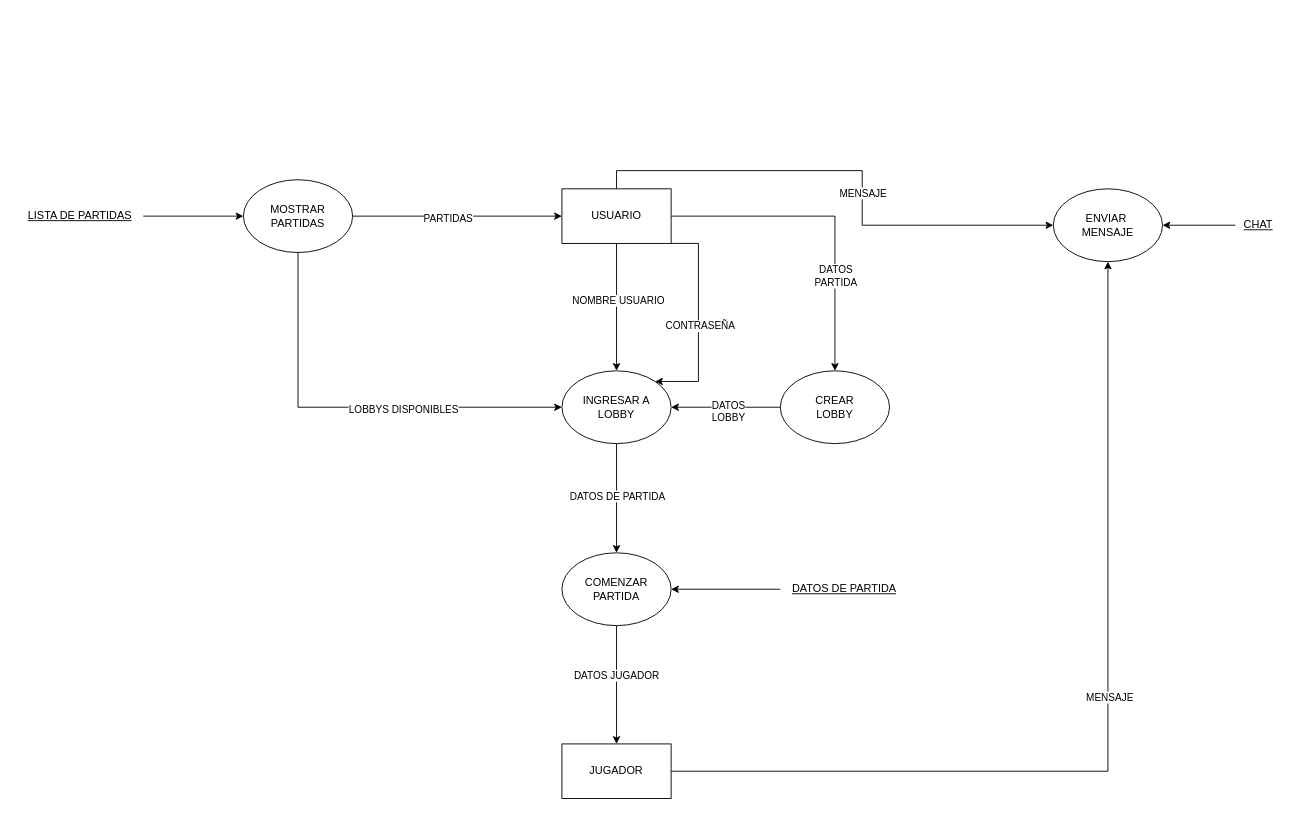
Earlier version of the draw.io diagram take-home/dfd.drawio (irmrz/ingenieria-software-1). Source tidied: cells renumbered, new cells numbered last; positions are measured from the earlier drawing's top-left corner, leaving out a move shared by most shapes. Both pictures are drawn from the tidied source at 91%, with x=0, y=0 at pixel (15, 179).
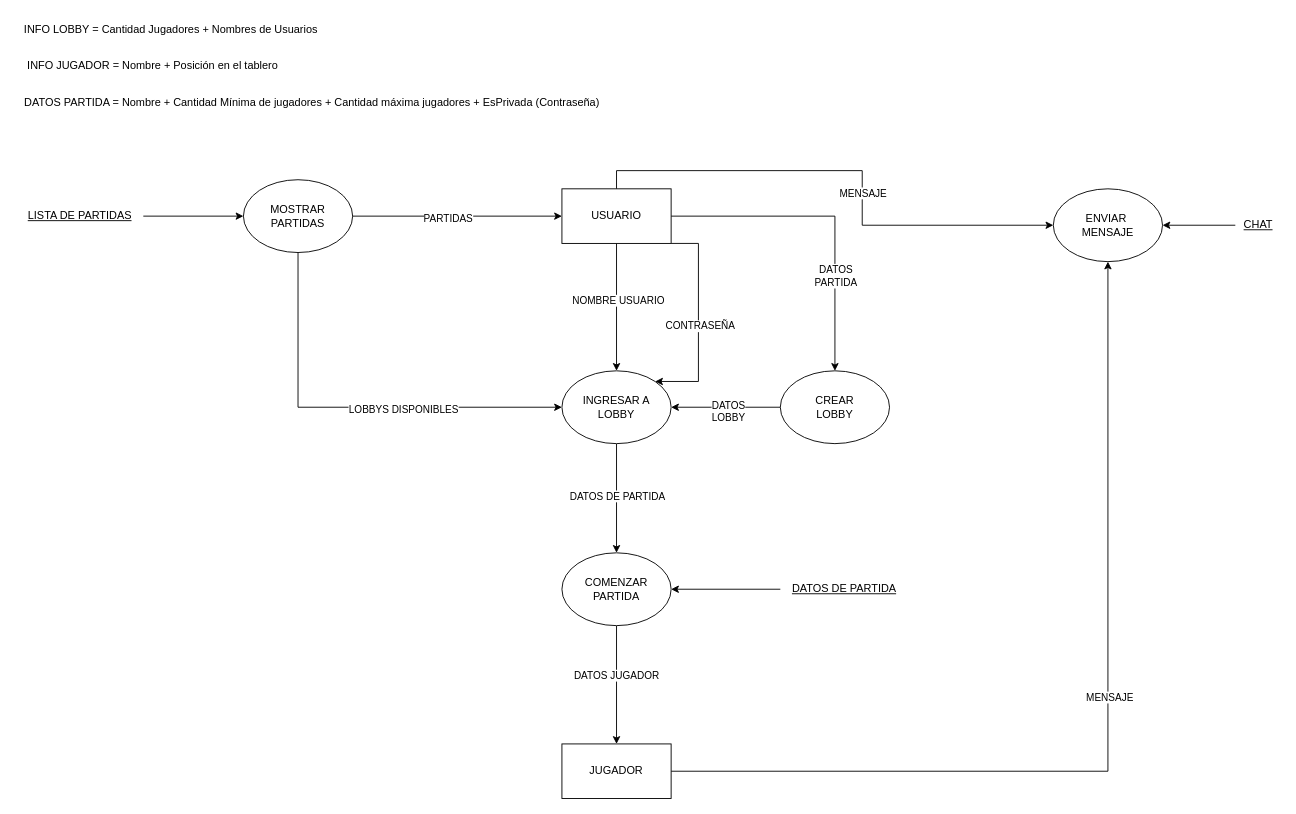
After the change.

Diff of the diagram source:
```diff
@@
+    <mxCell id="46" value="DATOS PARTIDA = Nombre + Cantidad Mínima de jugadores + Cantidad máxima jugadores + EsPrivada (Contraseña)" style="text;html=1;align=center;verticalAlign=middle;strokeColor=none;fillColor=none;" parent="1" vertex="1">
+      <mxGeometry y="-100" width="650" height="30" as="geometry" />
+    </mxCell>
+    <mxCell id="47" value="INFO JUGADOR = Nombre + Posición en el tablero" style="text;html=1;align=center;verticalAlign=middle;strokeColor=none;fillColor=none;" parent="1" vertex="1">
+      <mxGeometry y="-140" width="300" height="30" as="geometry" />
+    </mxCell>
+    <mxCell id="48" value="INFO LOBBY = Cantidad Jugadores + Nombres de Usuarios" style="text;html=1;align=center;verticalAlign=middle;strokeColor=none;fillColor=none;" parent="1" vertex="1">
+      <mxGeometry y="-180" width="340" height="30" as="geometry" />
+    </mxCell>
```
